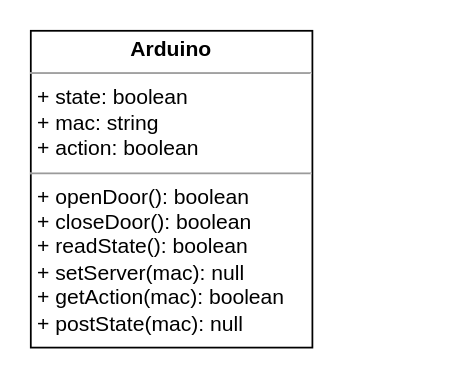
Earlier version of the draw.io diagram page "claseArduino" (4 of 6) of drawings/esquemasBasicos.drawio (rjnogales/crm.mio). Source tidied: cells renumbered, new cells numbered last; positions are measured from the earlier drawing's top-left corner, leaving out a move shared by most shapes. Both pictures are drawn from the tidied source at 176%, with x=0, y=0 at pixel (30, 30).
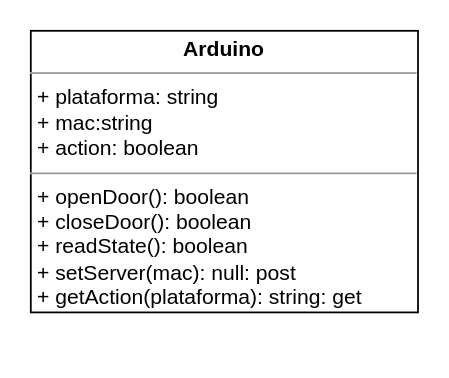
The same page after the edit.

What changed in the source:
```diff
@@
 <mxGraphModel>
   <root>
     <mxCell id="0" />
     <mxCell id="1" parent="0" />
-    <mxCell id="2" value="&lt;p style=&quot;margin: 0px ; margin-top: 4px ; text-align: center&quot;&gt;&lt;b&gt;Arduino&lt;/b&gt;&lt;/p&gt;&lt;hr size=&quot;1&quot;&gt;&lt;p style=&quot;margin: 0px ; margin-left: 4px&quot;&gt;+ state: boolean&lt;/p&gt;&lt;p style=&quot;margin: 0px ; margin-left: 4px&quot;&gt;+ mac: string&lt;/p&gt;&lt;p style=&quot;margin: 0px ; margin-left: 4px&quot;&gt;+ action: boolean&lt;/p&gt;&lt;hr size=&quot;1&quot;&gt;&lt;p style=&quot;margin: 0px ; margin-left: 4px&quot;&gt;+ openDoor(): boolean&lt;/p&gt;&lt;p style=&quot;margin: 0px ; margin-left: 4px&quot;&gt;+ closeDoor(): boolean&lt;/p&gt;&lt;p style=&quot;margin: 0px ; margin-left: 4px&quot;&gt;+ readState(): boolean&lt;/p&gt;&lt;p style=&quot;margin: 0px ; margin-left: 4px&quot;&gt;+ setServer(mac): null&lt;/p&gt;&lt;p style=&quot;margin: 0px ; margin-left: 4px&quot;&gt;+ getAction(mac): boolean&lt;/p&gt;&lt;p style=&quot;margin: 0px ; margin-left: 4px&quot;&gt;+ postState(mac): null&lt;/p&gt;&lt;p style=&quot;margin: 0px ; margin-left: 4px&quot;&gt;&lt;br&gt;&lt;/p&gt;" style="verticalAlign=top;align=left;overflow=fill;fontSize=12;fontFamily=Helvetica;html=1;" parent="1" vertex="1">
-      <mxGeometry width="160" height="180" as="geometry" />
+    <mxCell id="2" value="&lt;p style=&quot;margin: 0px ; margin-top: 4px ; text-align: center&quot;&gt;&lt;b&gt;Arduino&lt;/b&gt;&lt;/p&gt;&lt;hr size=&quot;1&quot;&gt;&lt;p style=&quot;margin: 0px ; margin-left: 4px&quot;&gt;&lt;span&gt;+ plataforma: string&lt;/span&gt;&lt;br&gt;&lt;/p&gt;&lt;p style=&quot;margin: 0px ; margin-left: 4px&quot;&gt;&lt;span&gt;+ mac:string&lt;/span&gt;&lt;/p&gt;&lt;p style=&quot;margin: 0px ; margin-left: 4px&quot;&gt;+ action: boolean&lt;/p&gt;&lt;hr size=&quot;1&quot;&gt;&lt;p style=&quot;margin: 0px ; margin-left: 4px&quot;&gt;+ openDoor(): boolean&lt;/p&gt;&lt;p style=&quot;margin: 0px ; margin-left: 4px&quot;&gt;+ closeDoor(): boolean&lt;/p&gt;&lt;p style=&quot;margin: 0px ; margin-left: 4px&quot;&gt;+ readState(): boolean&lt;/p&gt;&lt;p style=&quot;margin: 0px ; margin-left: 4px&quot;&gt;+ setServer(mac): null: post&lt;/p&gt;&lt;p style=&quot;margin: 0px ; margin-left: 4px&quot;&gt;+ getAction(plataforma): string: get&lt;/p&gt;&lt;p style=&quot;margin: 0px ; margin-left: 4px&quot;&gt;&lt;br&gt;&lt;/p&gt;" style="verticalAlign=top;align=left;overflow=fill;fontSize=12;fontFamily=Helvetica;html=1;" parent="1" vertex="1">
+      <mxGeometry width="220" height="160" as="geometry" />
     </mxCell>
   </root>
 </mxGraphModel>
```
